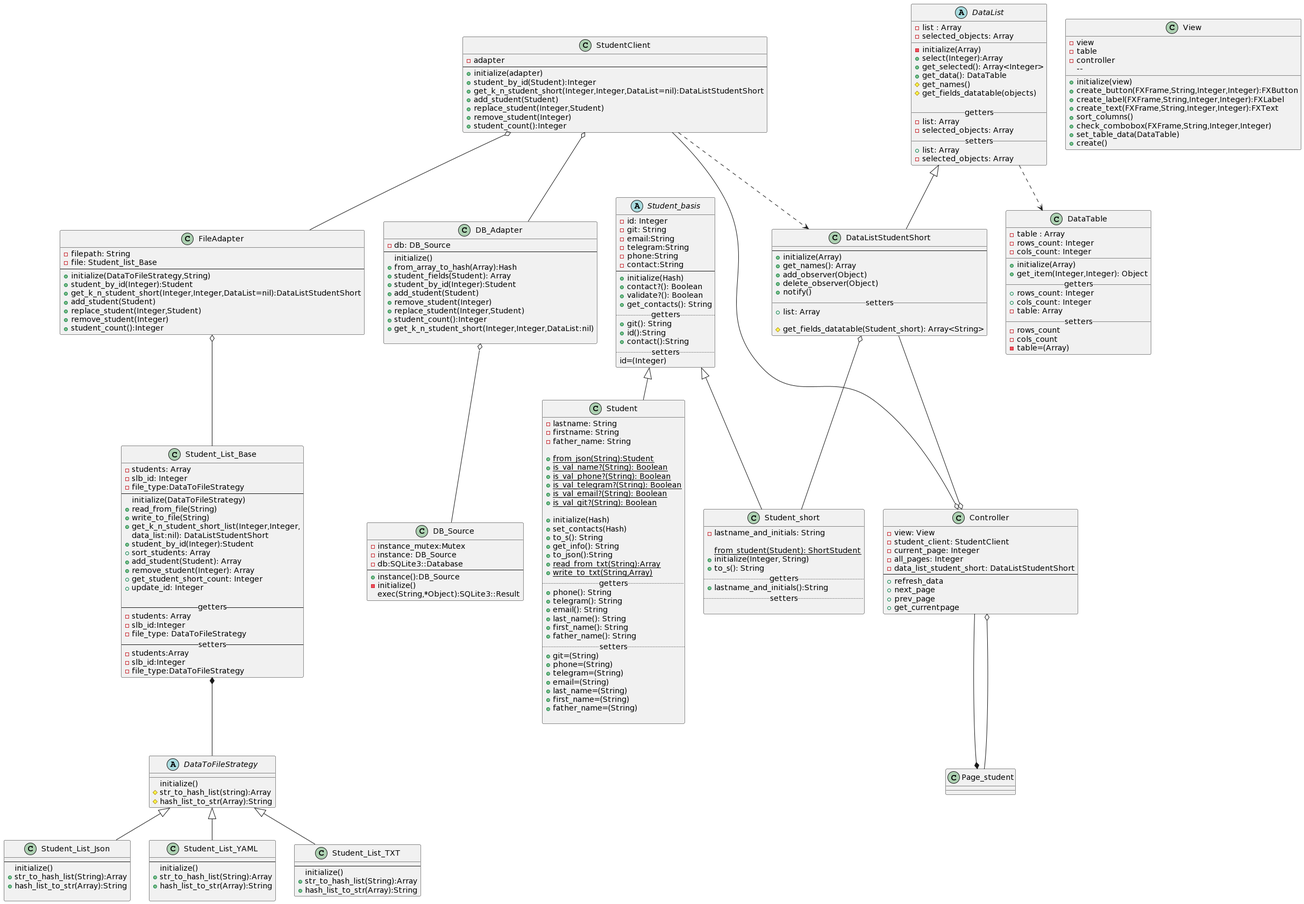
The PlantUML diagram lab2/diagrams/student_diagrams.png in ColdEiler/pattern, before a commit.
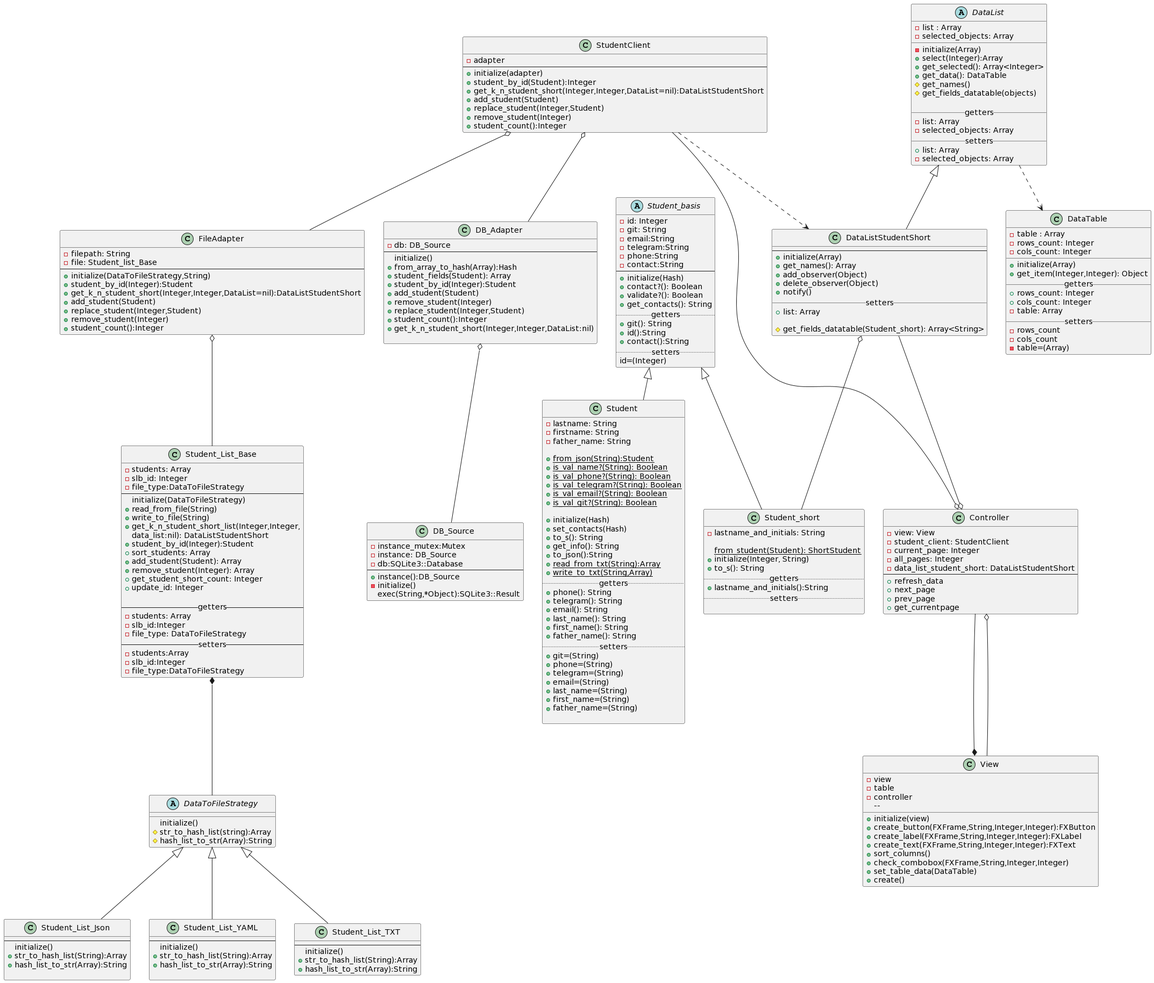
The same diagram one commit later.

Commit message:
исправил ошибку в диаграмме классов

What changed in the source:
```diff
@@ -260,8 +260,8 @@
     +prev_page
     +get_currentpage
 }
-Controller --* Page_student
-Controller o-- Page_student
+Controller --* View
+Controller o-- View
 StudentClient --o Controller
 DataListStudentShort --o Controller
 @enduml
```
